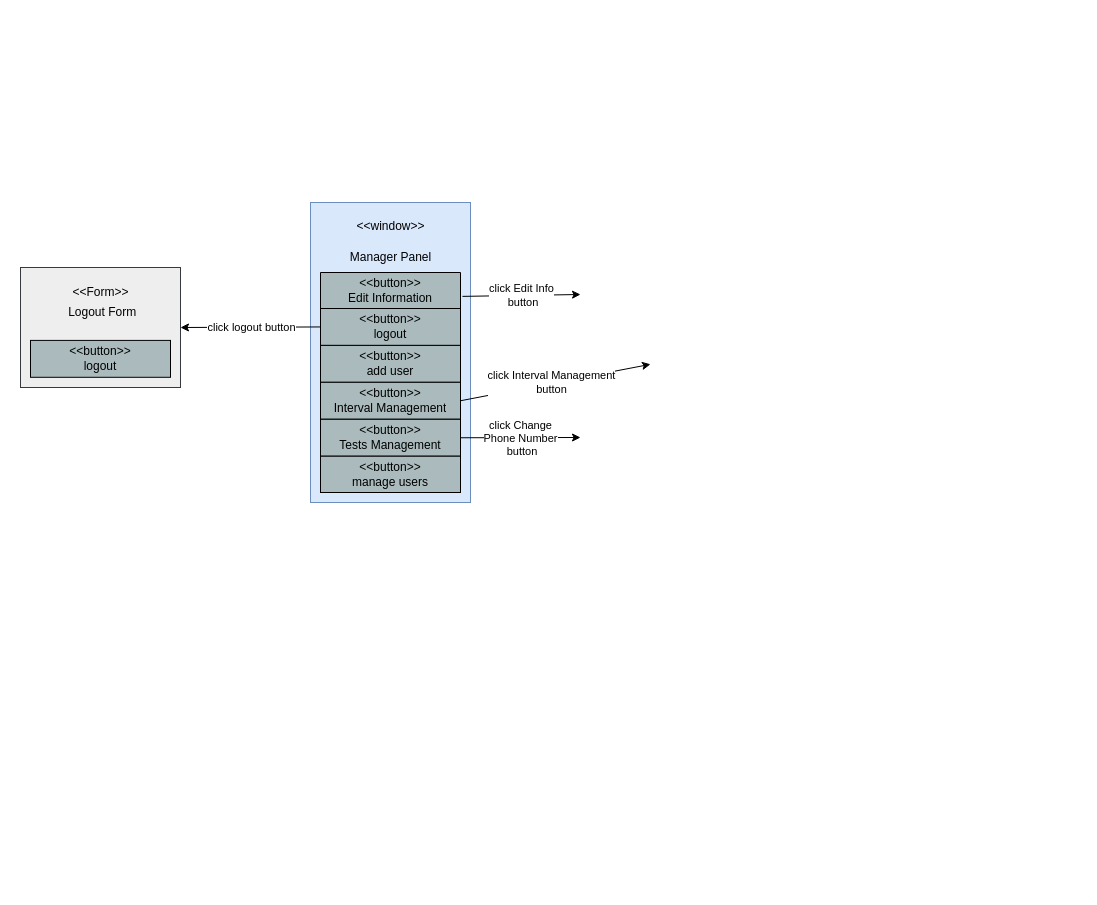
The draw.io diagram page "ManagerPanel" (5 of 6) of WindowsNavigationDiagram.drawio in ArashSameni/SoftwareEngineering, before the edit. Source tidied: cells renumbered, new cells numbered last; positions are measured from the earlier drawing's top-left corner, leaving out a move shared by most shapes. Both pictures are drawn from the tidied source at 100%, with x=0, y=0 at pixel (20, 202).
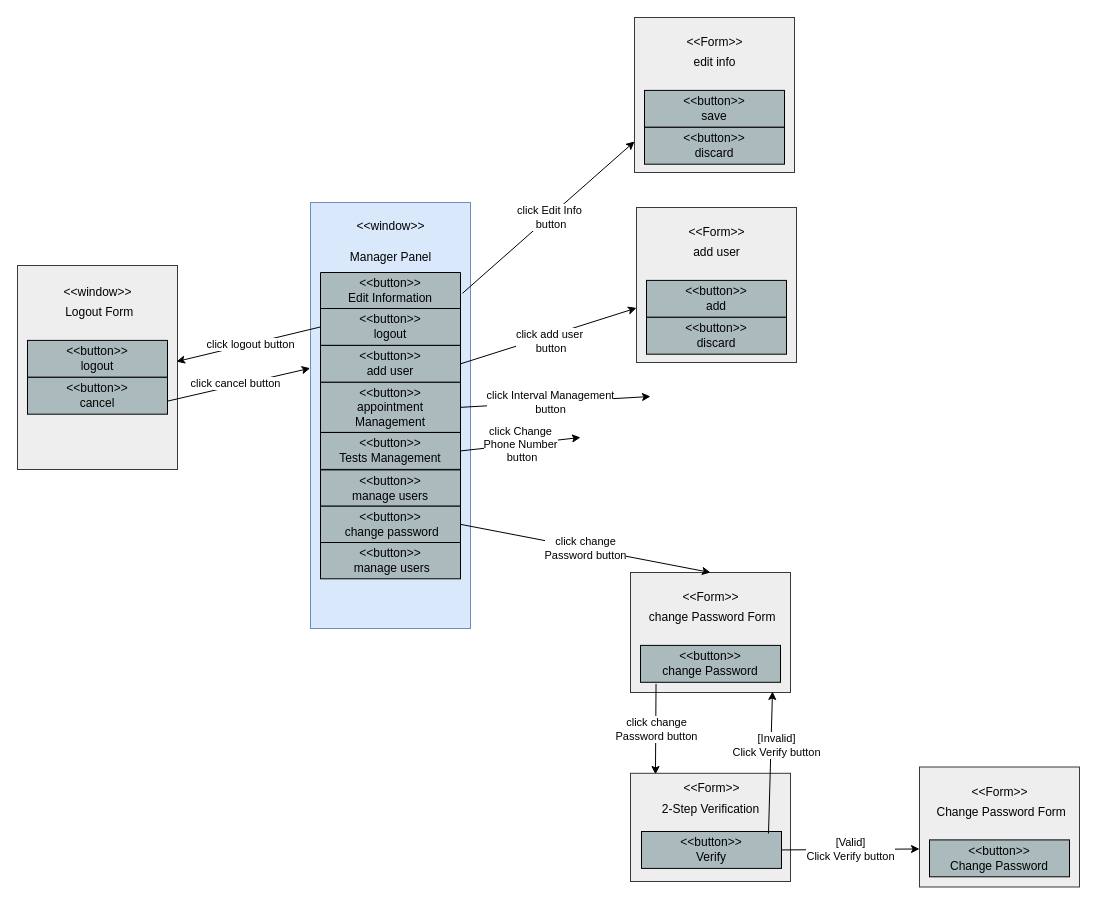
The same diagram, later.

Unchanged cells that the change refers to:
```xml
<mxCell id="6" value="&amp;lt;&amp;lt;button&amp;gt;&amp;gt;&lt;br&gt;logout" style="text;align=center;verticalAlign=middle;spacingLeft=4;spacingRight=4;overflow=hidden;points=[[0,0.5],[1,0.5]];portConstraint=eastwest;html=1;labelBackgroundColor=none;whiteSpace=wrap;labelBorderColor=none;strokeColor=#000000;fillColor=#ABBBBD;" parent="5" vertex="1">
  <mxGeometry y="36" width="140" height="36.9" as="geometry" />
</mxCell>
<mxCell id="7" value="&amp;lt;&amp;lt;button&amp;gt;&amp;gt;&lt;br&gt;add user" style="text;align=center;verticalAlign=middle;spacingLeft=4;spacingRight=4;overflow=hidden;points=[[0,0.5],[1,0.5]];portConstraint=eastwest;html=1;labelBackgroundColor=none;whiteSpace=wrap;labelBorderColor=none;strokeColor=#000000;fillColor=#ABBBBD;" parent="5" vertex="1">
  <mxGeometry y="72.9" width="140" height="36.9" as="geometry" />
</mxCell>
```

What changed in the source:
```diff
@@
     <mxCell id="2" style="group;imageAlign=center;fillColor=#dae8fc;strokeColor=#6c8ebf;imageVerticalAlign=top;fixDash=1;" parent="1" vertex="1">
-      <mxGeometry x="290" width="160" height="300" as="geometry" />
+      <mxGeometry x="290" width="160" height="426" as="geometry" />
     </mxCell>
@@
     <mxCell id="5" value="&amp;lt;&amp;lt;button&amp;gt;&amp;gt;&lt;br&gt;&lt;div&gt;Edit Information&lt;/div&gt;" style="swimlane;fontStyle=0;horizontal=1;startSize=36;whiteSpace=wrap;html=1;fillColor=#ABBBBD;strokeColor=#000000;fillStyle=auto;swimlaneFillColor=none;rounded=0;shadow=0;glass=0;swimlaneLine=1;noLabel=0;absoluteArcSize=0;portConstraintRotation=0;fixDash=0;backgroundOutline=0;enumerate=0;labelBackgroundColor=none;labelBorderColor=none;swimlaneHead=1;gradientColor=none;" parent="1" vertex="1">
-      <mxGeometry x="300" y="70" width="140" height="183.7" as="geometry" />
+      <mxGeometry x="300" y="70" width="140" height="160" as="geometry" />
     </mxCell>
@@
-    <mxCell id="8" value="&amp;lt;&amp;lt;button&amp;gt;&amp;gt;&lt;br&gt;&lt;div&gt;Interval Management&lt;/div&gt;" style="text;align=center;verticalAlign=middle;spacingLeft=4;spacingRight=4;overflow=hidden;points=[[0,0.5],[1,0.5]];portConstraint=eastwest;html=1;labelBackgroundColor=none;whiteSpace=wrap;labelBorderColor=none;strokeColor=#000000;fillColor=#ABBBBD;" parent="5" vertex="1">
-      <mxGeometry y="109.8" width="140" height="36.9" as="geometry" />
+    <mxCell id="8" value="&amp;lt;&amp;lt;button&amp;gt;&amp;gt;&lt;br&gt;&lt;div&gt;appointment Management&lt;/div&gt;" style="text;align=center;verticalAlign=middle;spacingLeft=4;spacingRight=4;overflow=hidden;points=[[0,0.5],[1,0.5]];portConstraint=eastwest;html=1;labelBackgroundColor=none;whiteSpace=wrap;labelBorderColor=none;strokeColor=#000000;fillColor=#ABBBBD;" parent="5" vertex="1">
+      <mxGeometry y="109.8" width="140" height="50.1" as="geometry" />
     </mxCell>
-    <mxCell id="9" value="&amp;lt;&amp;lt;button&amp;gt;&amp;gt;&lt;br&gt;&lt;div&gt;Tests Management&lt;/div&gt;" style="text;align=center;verticalAlign=middle;spacingLeft=4;spacingRight=4;overflow=hidden;points=[[0,0.5],[1,0.5]];portConstraint=eastwest;html=1;labelBackgroundColor=none;whiteSpace=wrap;labelBorderColor=none;strokeColor=#000000;fillColor=#ABBBBD;" parent="5" vertex="1">
-      <mxGeometry y="146.8" width="140" height="36.9" as="geometry" />
-    </mxCell>
     <mxCell id="10" style="group;" parent="1" vertex="1">
-      <mxGeometry y="65" width="160" height="120" as="geometry" />
+      <mxGeometry x="-3" y="65" width="160" height="204" as="geometry" />
     </mxCell>
     <mxCell id="11" style="group;imageAlign=center;fillColor=#eeeeee;strokeColor=#36393d;imageVerticalAlign=top;fixDash=1;" parent="10" vertex="1">
-      <mxGeometry width="160" height="120" as="geometry" />
+      <mxGeometry y="-2" width="160" height="204" as="geometry" />
     </mxCell>
-    <mxCell id="12" value="&amp;lt;&amp;lt;Form&amp;gt;&amp;gt;" style="text;html=1;align=center;verticalAlign=middle;strokeColor=none;fillColor=none;imageAlign=center;" parent="10" vertex="1">
-      <mxGeometry x="40" y="10" width="80" height="30" as="geometry" />
+    <mxCell id="12" value="&amp;lt;&amp;lt;window&amp;gt;&amp;gt;" style="text;html=1;align=center;verticalAlign=middle;strokeColor=none;fillColor=none;imageAlign=center;" parent="10" vertex="1">
+      <mxGeometry x="37" y="12" width="86" height="26" as="geometry" />
     </mxCell>
@@
+    <mxCell id="25" value="&amp;lt;&amp;lt;button&amp;gt;&amp;gt;&lt;br&gt;cancel" style="text;align=center;verticalAlign=middle;spacingLeft=4;spacingRight=4;overflow=hidden;points=[[0,0.5],[1,0.5]];portConstraint=eastwest;html=1;labelBackgroundColor=none;whiteSpace=wrap;labelBorderColor=none;strokeColor=#000000;fillColor=#ABBBBD;" parent="10" vertex="1">
+      <mxGeometry x="10" y="109.8" width="140" height="36.9" as="geometry" />
+    </mxCell>
-    <mxCell id="15" style="endArrow=classic;html=1;rounded=0;exitX=1.014;exitY=0.13;exitDx=0;exitDy=0;exitPerimeter=0;" parent="1" edge="1" source="5">
-      <mxGeometry relative="1" as="geometry">
-        <mxPoint x="560" y="92" as="targetPoint" />
-      </mxGeometry>
+    <mxCell id="15" style="endArrow=classic;html=1;rounded=0;exitX=1.014;exitY=0.13;exitDx=0;exitDy=0;exitPerimeter=0;entryX=0;entryY=0.617;entryDx=0;entryDy=0;entryPerimeter=0;" parent="1" edge="1" source="5" target="26">
+      <mxGeometry relative="1" as="geometry" />
     </mxCell>
@@
-    <mxCell id="17" style="endArrow=classic;html=1;rounded=0;entryX=1;entryY=0.5;entryDx=0;entryDy=0;exitX=0;exitY=0.5;exitDx=0;exitDy=0;" parent="1" edge="1" source="6" target="11">
+    <mxCell id="17" style="endArrow=classic;html=1;rounded=0;entryX=0.994;entryY=0.471;entryDx=0;entryDy=0;exitX=0;exitY=0.5;exitDx=0;exitDy=0;entryPerimeter=0;" parent="1" edge="1" source="6" target="11">
       <mxGeometry relative="1" as="geometry" />
     </mxCell>
-    <mxCell id="18" value="click logout button" style="edgeLabel;html=1;align=center;verticalAlign=middle;" parent="17" vertex="1">
-      <mxGeometry relative="1" as="geometry" />
-    </mxCell>
-    <mxCell id="19" style="endArrow=classic;html=1;rounded=0;exitX=1;exitY=0.5;exitDx=0;exitDy=0;entryX=0;entryY=0.5;entryDx=0;entryDy=0;" parent="1" edge="1" source="8">
+    <mxCell id="19" style="endArrow=classic;html=1;rounded=0;exitX=1;exitY=0.5;exitDx=0;exitDy=0;" parent="1" edge="1" source="8">
       <mxGeometry relative="1" as="geometry">
-        <mxPoint x="630" y="161.8" as="targetPoint" />
+        <mxPoint x="630" y="194" as="targetPoint" />
       </mxGeometry>
     </mxCell>
@@
     <mxCell id="24" value="&amp;lt;&amp;lt;button&amp;gt;&amp;gt;&lt;br&gt;&lt;div&gt;manage users&lt;/div&gt;" style="text;align=center;verticalAlign=middle;spacingLeft=4;spacingRight=4;overflow=hidden;html=1;labelBackgroundColor=none;whiteSpace=wrap;labelBorderColor=none;strokeColor=#000000;fillColor=#ABBBBD;" parent="1" vertex="1">
-      <mxGeometry x="300" y="253.7" width="140" height="36.3" as="geometry" />
+      <mxGeometry x="300" y="267.4" width="140" height="36.3" as="geometry" />
     </mxCell>
+    <mxCell id="26" style="group;" parent="1" vertex="1">
+      <mxGeometry x="614" y="-185" width="160" height="201" as="geometry" />
+    </mxCell>
+    <mxCell id="27" style="group;imageAlign=center;fillColor=#eeeeee;strokeColor=#36393d;imageVerticalAlign=top;fixDash=1;" parent="26" vertex="1">
+      <mxGeometry width="160" height="155" as="geometry" />
+    </mxCell>
+    <mxCell id="28" value="&amp;lt;&amp;lt;Form&amp;gt;&amp;gt;" style="text;html=1;align=center;verticalAlign=middle;strokeColor=none;fillColor=none;imageAlign=center;" parent="26" vertex="1">
+      <mxGeometry x="40" y="10" width="80" height="30" as="geometry" />
+    </mxCell>
+    <mxCell id="29" value="edit info" style="text;html=1;align=center;verticalAlign=middle;strokeColor=none;fillColor=none;imageAspect=0;imageVerticalAlign=top;fixDash=0;" parent="26" vertex="1">
+      <mxGeometry x="40" y="30" width="80" height="30" as="geometry" />
+    </mxCell>
+    <mxCell id="30" value="&amp;lt;&amp;lt;button&amp;gt;&amp;gt;&lt;br&gt;save" style="text;align=center;verticalAlign=middle;spacingLeft=4;spacingRight=4;overflow=hidden;html=1;labelBackgroundColor=none;whiteSpace=wrap;labelBorderColor=none;strokeColor=#000000;fillColor=#ABBBBD;" parent="26" vertex="1">
+      <mxGeometry x="10" y="72.9" width="140" height="36.9" as="geometry" />
+    </mxCell>
+    <mxCell id="31" value="&amp;lt;&amp;lt;button&amp;gt;&amp;gt;&lt;br&gt;discard" style="text;align=center;verticalAlign=middle;spacingLeft=4;spacingRight=4;overflow=hidden;html=1;labelBackgroundColor=none;whiteSpace=wrap;labelBorderColor=none;strokeColor=#000000;fillColor=#ABBBBD;" parent="26" vertex="1">
+      <mxGeometry x="10" y="109.8" width="140" height="36.9" as="geometry" />
+    </mxCell>
+    <mxCell id="32" style="group;" parent="1" vertex="1">
+      <mxGeometry x="616" y="5" width="160" height="201" as="geometry" />
+    </mxCell>
+    <mxCell id="33" style="group;imageAlign=center;fillColor=#eeeeee;strokeColor=#36393d;imageVerticalAlign=top;fixDash=1;" parent="32" vertex="1">
+      <mxGeometry width="160" height="155" as="geometry" />
+    </mxCell>
+    <mxCell id="34" value="&amp;lt;&amp;lt;Form&amp;gt;&amp;gt;" style="text;html=1;align=center;verticalAlign=middle;strokeColor=none;fillColor=none;imageAlign=center;" parent="32" vertex="1">
+      <mxGeometry x="40" y="10" width="80" height="30" as="geometry" />
+    </mxCell>
+    <mxCell id="35" value="add user" style="text;html=1;align=center;verticalAlign=middle;strokeColor=none;fillColor=none;imageAspect=0;imageVerticalAlign=top;fixDash=0;" parent="32" vertex="1">
+      <mxGeometry x="40" y="30" width="80" height="30" as="geometry" />
+    </mxCell>
+    <mxCell id="36" value="&amp;lt;&amp;lt;button&amp;gt;&amp;gt;&lt;br&gt;add" style="text;align=center;verticalAlign=middle;spacingLeft=4;spacingRight=4;overflow=hidden;html=1;labelBackgroundColor=none;whiteSpace=wrap;labelBorderColor=none;strokeColor=#000000;fillColor=#ABBBBD;" parent="32" vertex="1">
+      <mxGeometry x="10" y="72.9" width="140" height="36.9" as="geometry" />
+    </mxCell>
+    <mxCell id="37" value="&amp;lt;&amp;lt;button&amp;gt;&amp;gt;&lt;br&gt;discard" style="text;align=center;verticalAlign=middle;spacingLeft=4;spacingRight=4;overflow=hidden;html=1;labelBackgroundColor=none;whiteSpace=wrap;labelBorderColor=none;strokeColor=#000000;fillColor=#ABBBBD;" parent="32" vertex="1">
+      <mxGeometry x="10" y="109.8" width="140" height="36.9" as="geometry" />
+    </mxCell>
+    <mxCell id="38" style="endArrow=classic;html=1;rounded=0;exitX=1;exitY=0.5;exitDx=0;exitDy=0;entryX=0;entryY=0.5;entryDx=0;entryDy=0;" parent="1" edge="1" source="7" target="32">
+      <mxGeometry relative="1" as="geometry" />
+    </mxCell>
+    <mxCell id="39" value="click add user&lt;br&gt;&amp;nbsp;button" style="edgeLabel;html=1;align=center;verticalAlign=middle;" parent="1" vertex="1">
+      <mxGeometry x="528" y="138" as="geometry" />
+    </mxCell>
+    <mxCell id="40" value="&amp;lt;&amp;lt;button&amp;gt;&amp;gt;&lt;br&gt;&lt;div&gt;&amp;nbsp;change password&lt;/div&gt;" style="text;align=center;verticalAlign=middle;spacingLeft=4;spacingRight=4;overflow=hidden;points=[[0,0.5],[1,0.5]];portConstraint=eastwest;html=1;labelBackgroundColor=none;whiteSpace=wrap;labelBorderColor=none;strokeColor=#000000;fillColor=#ABBBBD;" parent="1" vertex="1">
+      <mxGeometry x="300" y="303.7" width="140" height="36.3" as="geometry" />
+    </mxCell>
+    <mxCell id="41" style="group;" parent="1" vertex="1">
+      <mxGeometry x="610" y="370" width="160" height="120" as="geometry" />
+    </mxCell>
+    <mxCell id="42" style="group;imageAlign=center;fillColor=#eeeeee;strokeColor=#36393d;imageVerticalAlign=top;fixDash=1;" parent="41" vertex="1">
+      <mxGeometry width="160" height="120" as="geometry" />
+    </mxCell>
+    <mxCell id="43" value="&amp;lt;&amp;lt;Form&amp;gt;&amp;gt;" style="text;html=1;align=center;verticalAlign=middle;strokeColor=none;fillColor=none;imageAlign=center;" parent="41" vertex="1">
+      <mxGeometry x="40" y="10" width="80" height="30" as="geometry" />
+    </mxCell>
+    <mxCell id="44" value="&amp;nbsp;change Password Form" style="text;html=1;align=center;verticalAlign=middle;strokeColor=none;fillColor=none;imageAspect=0;imageVerticalAlign=top;fixDash=0;" parent="41" vertex="1">
+      <mxGeometry x="40" y="30" width="80" height="30" as="geometry" />
+    </mxCell>
+    <mxCell id="45" value="&amp;lt;&amp;lt;button&amp;gt;&amp;gt;&lt;br style=&quot;border-color: var(--border-color);&quot;&gt;change Password" style="text;align=center;verticalAlign=middle;spacingLeft=4;spacingRight=4;overflow=hidden;points=[[0,0.5],[1,0.5]];portConstraint=eastwest;html=1;labelBackgroundColor=none;whiteSpace=wrap;labelBorderColor=none;strokeColor=#000000;fillColor=#ABBBBD;" parent="41" vertex="1">
+      <mxGeometry x="10" y="72.9" width="140" height="36.9" as="geometry" />
+    </mxCell>
+    <mxCell id="46" style="endArrow=classic;html=1;rounded=0;exitX=1;exitY=0.5;exitDx=0;exitDy=0;entryX=0.5;entryY=0;entryDx=0;entryDy=0;" parent="1" edge="1" source="40" target="42">
+      <mxGeometry relative="1" as="geometry" />
+    </mxCell>
+    <mxCell id="47" value="click&amp;nbsp;change&lt;br&gt;Password button" style="edgeLabel;html=1;align=center;verticalAlign=middle;" parent="46" vertex="1">
+      <mxGeometry relative="1" as="geometry" />
+    </mxCell>
+    <mxCell id="48" style="endArrow=classic;html=1;rounded=0;exitX=0.111;exitY=1.042;exitDx=0;exitDy=0;entryX=0.156;entryY=0.011;entryDx=0;entryDy=0;exitPerimeter=0;entryPerimeter=0;" parent="1" edge="1" source="45" target="51">
+      <mxGeometry relative="1" as="geometry" />
+    </mxCell>
+    <mxCell id="49" value="click change&lt;br style=&quot;border-color: var(--border-color);&quot;&gt;Password button" style="edgeLabel;html=1;align=center;verticalAlign=middle;" parent="48" vertex="1">
+      <mxGeometry relative="1" as="geometry" />
+    </mxCell>
+    <mxCell id="50" style="group;" parent="1" vertex="1">
+      <mxGeometry x="610" y="570" width="160" height="109" as="geometry" />
+    </mxCell>
+    <mxCell id="51" style="group;imageAlign=center;fillColor=#eeeeee;strokeColor=#36393d;imageVerticalAlign=top;fixDash=1;" parent="50" vertex="1">
+      <mxGeometry y="0.8" width="160" height="108.2" as="geometry" />
+    </mxCell>
+    <mxCell id="52" value="&amp;lt;&amp;lt;Form&amp;gt;&amp;gt;" style="text;html=1;align=center;verticalAlign=middle;strokeColor=none;fillColor=none;imageAlign=center;" parent="50" vertex="1">
+      <mxGeometry x="44" y="5.6" width="74" height="20.8" as="geometry" />
+    </mxCell>
+    <mxCell id="53" value="2-Step Verification" style="text;html=1;align=center;verticalAlign=middle;strokeColor=none;fillColor=none;imageAspect=0;imageVerticalAlign=top;fixDash=0;" parent="50" vertex="1">
+      <mxGeometry x="40" y="25.4" width="80" height="24" as="geometry" />
+    </mxCell>
+    <mxCell id="54" value="&amp;lt;&amp;lt;button&amp;gt;&amp;gt;&lt;br style=&quot;border-color: var(--border-color);&quot;&gt;Verify" style="text;align=center;verticalAlign=middle;spacingLeft=4;spacingRight=4;overflow=hidden;points=[[0,0.5],[1,0.5]];portConstraint=eastwest;html=1;labelBackgroundColor=none;whiteSpace=wrap;labelBorderColor=none;strokeColor=#000000;fillColor=#ABBBBD;" parent="50" vertex="1">
+      <mxGeometry x="11" y="59" width="140" height="36.9" as="geometry" />
+    </mxCell>
+    <mxCell id="55" style="group;" parent="1" vertex="1">
+      <mxGeometry x="899" y="564.5" width="160" height="120" as="geometry" />
+    </mxCell>
+    <mxCell id="56" style="group;imageAlign=center;fillColor=#eeeeee;strokeColor=#36393d;imageVerticalAlign=top;fixDash=1;" parent="55" vertex="1">
+      <mxGeometry width="160" height="120" as="geometry" />
+    </mxCell>
+    <mxCell id="57" value="&amp;lt;&amp;lt;Form&amp;gt;&amp;gt;" style="text;html=1;align=center;verticalAlign=middle;strokeColor=none;fillColor=none;imageAlign=center;" parent="55" vertex="1">
+      <mxGeometry x="40" y="10" width="80" height="30" as="geometry" />
+    </mxCell>
+    <mxCell id="58" value="&amp;nbsp;Change Password Form" style="text;html=1;align=center;verticalAlign=middle;strokeColor=none;fillColor=none;imageAspect=0;imageVerticalAlign=top;fixDash=0;" parent="55" vertex="1">
+      <mxGeometry x="40" y="30" width="80" height="30" as="geometry" />
+    </mxCell>
+    <mxCell id="59" value="&amp;lt;&amp;lt;button&amp;gt;&amp;gt;&lt;br&gt;Change Password" style="text;align=center;verticalAlign=middle;spacingLeft=4;spacingRight=4;overflow=hidden;html=1;labelBackgroundColor=none;whiteSpace=wrap;labelBorderColor=none;strokeColor=#000000;fillColor=#ABBBBD;" parent="55" vertex="1">
+      <mxGeometry x="10" y="72.9" width="140" height="36.9" as="geometry" />
+    </mxCell>
+    <mxCell id="60" style="endArrow=classic;html=1;rounded=0;exitX=1;exitY=0.5;exitDx=0;exitDy=0;entryX=0;entryY=0.683;entryDx=0;entryDy=0;entryPerimeter=0;" parent="1" edge="1" source="54" target="56">
+      <mxGeometry relative="1" as="geometry" />
+    </mxCell>
+    <mxCell id="61" value="[Valid]&lt;br&gt;Click Verify button" style="edgeLabel;html=1;align=center;verticalAlign=middle;" parent="60" vertex="1">
+      <mxGeometry relative="1" as="geometry" />
+    </mxCell>
+    <mxCell id="62" style="endArrow=classic;html=1;rounded=0;entryX=0.869;entryY=0.992;entryDx=0;entryDy=0;exitX=0.886;exitY=0.054;exitDx=0;exitDy=0;exitPerimeter=0;entryPerimeter=0;" parent="1" edge="1">
+      <mxGeometry relative="1" as="geometry">
+        <mxPoint x="748" y="631" as="sourcePoint" />
+        <mxPoint x="752" y="489" as="targetPoint" />
+      </mxGeometry>
+    </mxCell>
+    <mxCell id="63" value="[Invalid]&lt;br&gt;Click Verify button" style="edgeLabel;html=1;align=center;verticalAlign=middle;" parent="62" vertex="1">
+      <mxGeometry relative="1" as="geometry">
+        <mxPoint x="6" y="-18" as="offset" />
+      </mxGeometry>
+    </mxCell>
+    <mxCell id="64" value="&amp;lt;&amp;lt;button&amp;gt;&amp;gt;&lt;br&gt;&lt;div&gt;&amp;nbsp;manage users&lt;/div&gt;" style="text;align=center;verticalAlign=middle;spacingLeft=4;spacingRight=4;overflow=hidden;html=1;labelBackgroundColor=none;whiteSpace=wrap;labelBorderColor=none;strokeColor=#000000;fillColor=#ABBBBD;" parent="1" vertex="1">
+      <mxGeometry x="300" y="340" width="140" height="36.3" as="geometry" />
+    </mxCell>
+    <mxCell id="18" value="click logout button" style="edgeLabel;html=1;align=center;verticalAlign=middle;" parent="1" vertex="1">
+      <mxGeometry x="229" y="141" as="geometry" />
+    </mxCell>
+    <mxCell id="65" style="endArrow=classic;html=1;rounded=0;exitX=0.999;exitY=0.647;exitDx=0;exitDy=0;exitPerimeter=0;entryX=-0.002;entryY=0.389;entryDx=0;entryDy=0;entryPerimeter=0;" parent="1" edge="1" source="25" target="2">
+      <mxGeometry relative="1" as="geometry" />
+    </mxCell>
+    <mxCell id="66" value="click cancel button" style="edgeLabel;html=1;align=center;verticalAlign=middle;" parent="65" vertex="1">
+      <mxGeometry x="-0.05" y="2" relative="1" as="geometry" />
+    </mxCell>
+    <mxCell id="9" value="&amp;lt;&amp;lt;button&amp;gt;&amp;gt;&lt;br&gt;&lt;div&gt;Tests Management&lt;/div&gt;" style="text;align=center;verticalAlign=middle;spacingLeft=4;spacingRight=4;overflow=hidden;points=[[0,0.5],[1,0.5]];portConstraint=eastwest;html=1;labelBackgroundColor=none;whiteSpace=wrap;labelBorderColor=none;strokeColor=#000000;fillColor=#ABBBBD;" parent="1" vertex="1">
+      <mxGeometry x="300" y="230" width="140" height="36.9" as="geometry" />
+    </mxCell>
```
